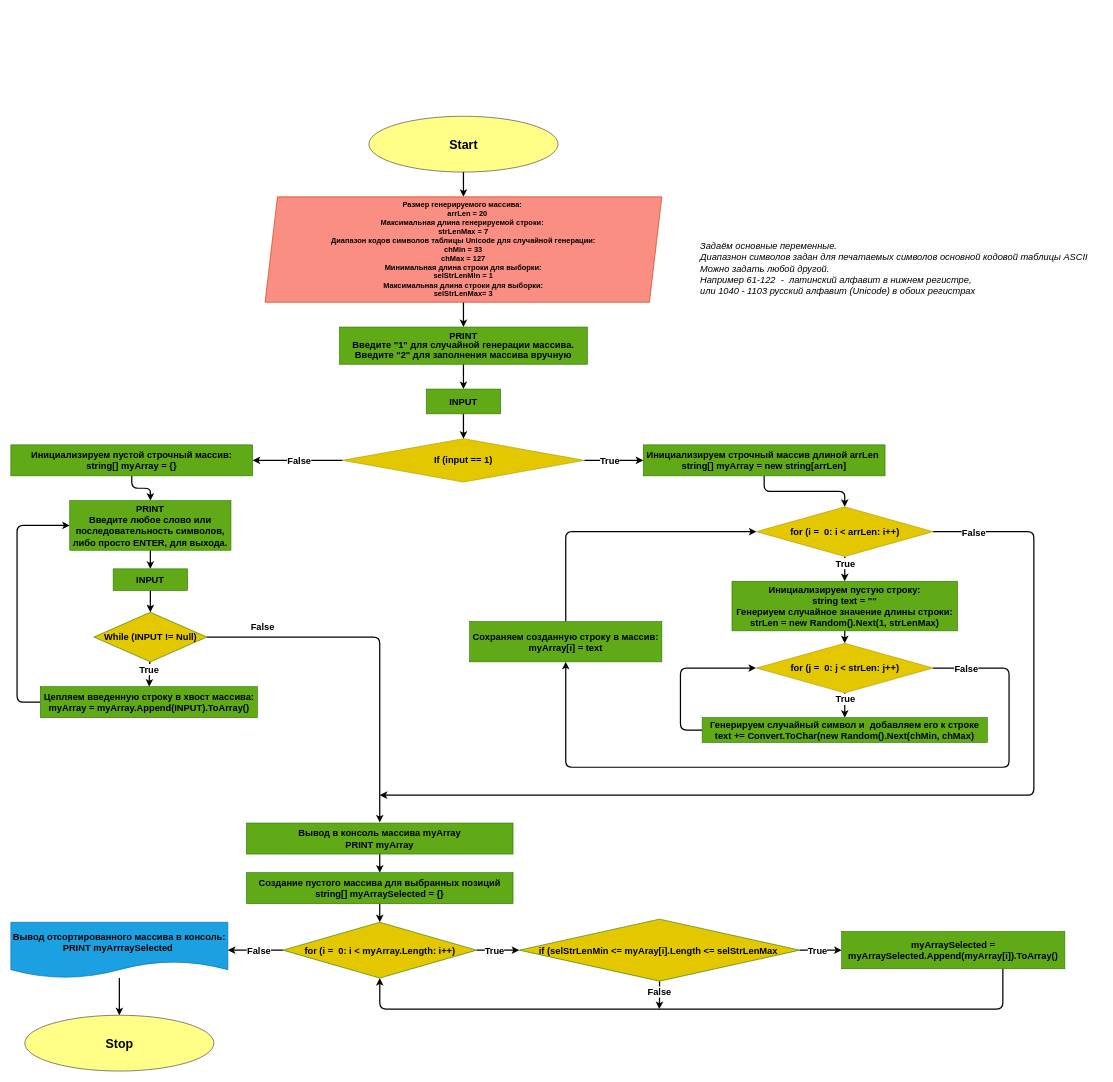
Before: diagram.drawio in VladimirVysochanskiy/Block1Exam, a draw.io diagram. Source tidied: cells renumbered, new cells numbered last; positions are measured from the earlier drawing's top-left corner, leaving out a move shared by most shapes. Both pictures are drawn from the tidied source at 62%, with x=0, y=0 at pixel (11, 116).
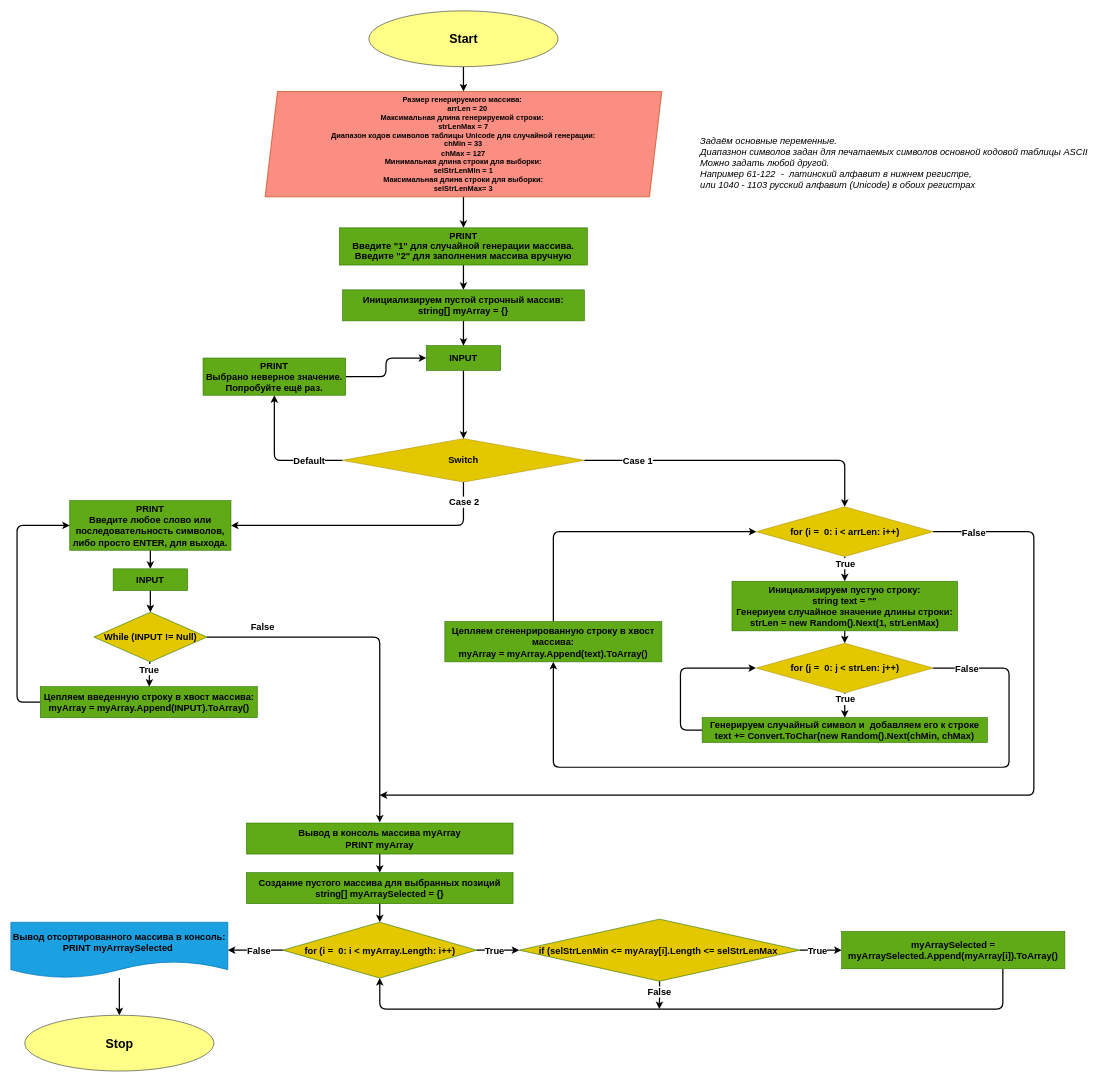
Above is the later version.

The change refers to these unchanged cells:
```xml
<mxCell id="21" value="&lt;font style=&quot;font-size: 15px;&quot;&gt;&lt;b&gt;&lt;span style=&quot;color: rgb(0, 0, 0);&quot;&gt;PRINT&lt;/span&gt;&lt;br style=&quot;border-color: var(--border-color); color: rgb(0, 0, 0);&quot;&gt;&lt;span style=&quot;color: rgb(0, 0, 0);&quot;&gt;Введите любое слово или последовательность символов, либо просто ENTER, для выхода.&lt;/span&gt;&lt;/b&gt;&lt;/font&gt;" style="whiteSpace=wrap;html=1;fillColor=#60a917;strokeColor=#2D7600;fontColor=#ffffff;" parent="1" vertex="1">
  <mxGeometry x="95" y="620" width="260" height="80" as="geometry" />
</mxCell>
<mxCell id="35" value="&lt;font style=&quot;font-size: 15px;&quot;&gt;&lt;b&gt;for (i =&amp;nbsp; 0: i &amp;lt; arrLen: i++)&lt;/b&gt;&lt;/font&gt;" style="rhombus;whiteSpace=wrap;html=1;fillColor=#e3c800;strokeColor=#B09500;fontColor=#000000;" parent="1" vertex="1">
  <mxGeometry x="1202.5" y="630" width="285" height="80" as="geometry" />
</mxCell>
<mxCell id="42" value="&lt;b style=&quot;border-color: var(--border-color);&quot;&gt;&lt;span style=&quot;font-size: 15px;&quot;&gt;for (j =&amp;nbsp; 0: j &amp;lt;&amp;nbsp;&lt;/span&gt;&lt;b style=&quot;border-color: var(--border-color);&quot;&gt;&lt;font style=&quot;font-size: 15px;&quot;&gt;strLen&lt;/font&gt;&lt;/b&gt;&lt;span style=&quot;font-size: 15px;&quot;&gt;: j++)&lt;/span&gt;&lt;/b&gt;" style="rhombus;whiteSpace=wrap;html=1;fillColor=#e3c800;strokeColor=#B09500;fontColor=#000000;" parent="1" vertex="1">
  <mxGeometry x="1202.5" y="850" width="285" height="80" as="geometry" />
</mxCell>
```

Change to the diagram source:
```diff
@@
     <mxCell id="3" value="&lt;b&gt;&lt;font style=&quot;font-size: 20px;&quot;&gt;Start&lt;/font&gt;&lt;/b&gt;" style="ellipse;whiteSpace=wrap;html=1;fillColor=#ffff88;strokeColor=#36393d;" parent="1" vertex="1">
-      <mxGeometry x="577.5" width="305" height="90" as="geometry" />
+      <mxGeometry x="577.5" y="-170" width="305" height="90" as="geometry" />
     </mxCell>
-    <mxCell id="4" style="edgeStyle=none;html=1;fontSize=20;entryX=0.5;entryY=0;entryDx=0;entryDy=0;strokeWidth=2;" parent="1" edge="1" source="5" target="14">
+    <mxCell id="4" style="edgeStyle=none;html=1;fontSize=20;strokeWidth=2;entryX=0.5;entryY=0;entryDx=0;entryDy=0;" parent="1" edge="1" source="5" target="14">
       <mxGeometry relative="1" as="geometry" />
     </mxCell>
     <mxCell id="5" value="&lt;b&gt;Размер генерируемого массива:&amp;nbsp; &lt;br&gt;&amp;nbsp; &amp;nbsp; arrLen = 20&lt;br&gt;Максимальная длина генерируемой строки:&amp;nbsp; &lt;br&gt;strLenMax = 7&lt;br&gt;Диапазон кодов символов таблицы Unicode для случайной генерации:&lt;br&gt;chMin = 33&lt;br&gt;chMax = 127&lt;br&gt;Минимальная длина строки для выборки:&lt;br&gt;&lt;/b&gt;&lt;b style=&quot;border-color: var(--border-color);&quot;&gt;selStrLenMIn&amp;nbsp;&lt;/b&gt;&lt;b&gt;= 1&lt;br&gt;Максимальная длина строки для выборки:&lt;br style=&quot;border-color: var(--border-color);&quot;&gt;selStrLenMax= 3&lt;/b&gt;" style="shape=parallelogram;perimeter=parallelogramPerimeter;whiteSpace=wrap;html=1;fixedSize=1;fillColor=#FA8E82;fontColor=#000000;strokeColor=#C73500;" parent="1" vertex="1">
-      <mxGeometry x="410" y="130" width="640" height="170" as="geometry" />
+      <mxGeometry x="410" y="-40" width="640" height="170" as="geometry" />
     </mxCell>
     <mxCell id="6" value="&lt;i style=&quot;font-size: 15px;&quot;&gt;Задаём основные переменные.&lt;br&gt;Диапазнон символов задан для печатаемых символов основной кодовой таблицы ASCII&lt;br&gt;Можно задать любой другой.&lt;br&gt;Например 61-122&amp;nbsp; -&amp;nbsp; латинский алфавит в нижнем регистре,&lt;br&gt;или 1040 - 1103 русский алфавит (Unicode) в обоих регистрах&lt;/i&gt;" style="text;html=1;align=left;verticalAlign=middle;strokeColor=none;fillColor=none;" parent="1" vertex="1">
-      <mxGeometry x="1110" y="195" width="650" height="100" as="geometry" />
+      <mxGeometry x="1110" y="25" width="650" height="100" as="geometry" />
     </mxCell>
-    <mxCell id="7" style="edgeStyle=none;html=1;fontSize=15;fontColor=#000000;strokeWidth=2;" parent="1" edge="1" source="11" target="17">
+    <mxCell id="7" style="edgeStyle=orthogonalEdgeStyle;html=1;fontSize=15;fontColor=#000000;strokeWidth=2;entryX=0.5;entryY=0;entryDx=0;entryDy=0;" parent="1" edge="1" source="11" target="35">
       <mxGeometry relative="1" as="geometry" />
     </mxCell>
-    <mxCell id="8" value="True" style="edgeLabel;html=1;align=center;verticalAlign=middle;fontSize=15;fontColor=#000000;fontStyle=1;" parent="7" vertex="1">
-      <mxGeometry x="-0.15" y="1" relative="1" as="geometry" />
+    <mxCell id="8" value="Case 1" style="edgeLabel;html=1;align=center;verticalAlign=middle;fontSize=15;fontColor=#000000;fontStyle=1;" parent="7" vertex="1">
+      <mxGeometry x="-0.15" y="1" relative="1" as="geometry">
+        <mxPoint x="-125" y="1" as="offset" />
+      </mxGeometry>
     </mxCell>
-    <mxCell id="9" style="edgeStyle=none;html=1;fontSize=15;fontColor=#000000;strokeWidth=2;entryX=1;entryY=0.5;entryDx=0;entryDy=0;exitX=0;exitY=0.5;exitDx=0;exitDy=0;" parent="1" edge="1" source="11" target="19">
+    <mxCell id="9" style="edgeStyle=orthogonalEdgeStyle;html=1;fontSize=15;fontColor=#000000;strokeWidth=2;entryX=0.5;entryY=1;entryDx=0;entryDy=0;exitX=0;exitY=0.5;exitDx=0;exitDy=0;" parent="1" edge="1" source="11" target="70">
       <mxGeometry relative="1" as="geometry" />
     </mxCell>
-    <mxCell id="10" value="&lt;b&gt;False&lt;/b&gt;" style="edgeLabel;html=1;align=center;verticalAlign=middle;fontSize=15;fontColor=#000000;" parent="9" vertex="1">
+    <mxCell id="10" value="&lt;b&gt;Default&lt;/b&gt;" style="edgeLabel;html=1;align=center;verticalAlign=middle;fontSize=15;fontColor=#000000;" parent="9" vertex="1">
       <mxGeometry x="0.24" y="-1" relative="1" as="geometry">
-        <mxPoint x="19" y="1" as="offset" />
+        <mxPoint x="54" y="23" as="offset" />
       </mxGeometry>
     </mxCell>
+    <mxCell id="66" style="edgeStyle=orthogonalEdgeStyle;html=1;strokeWidth=2;entryX=1;entryY=0.5;entryDx=0;entryDy=0;exitX=0.5;exitY=1;exitDx=0;exitDy=0;" parent="1" edge="1" source="11" target="21">
+      <mxGeometry relative="1" as="geometry" />
+    </mxCell>
+    <mxCell id="67" value="Case 2" style="edgeLabel;html=1;align=center;verticalAlign=middle;fontSize=15;fontColor=#000000;fontStyle=1;" parent="66" vertex="1">
+      <mxGeometry x="-0.79" y="1" relative="1" as="geometry">
+        <mxPoint x="-1" y="-16" as="offset" />
+      </mxGeometry>
+    </mxCell>
-    <mxCell id="11" value="&lt;p style=&quot;line-height: 120%;&quot;&gt;&lt;font style=&quot;font-size: 15px;&quot;&gt;&lt;b&gt;If (input == 1)&lt;/b&gt;&lt;/font&gt;&lt;/p&gt;" style="rhombus;whiteSpace=wrap;html=1;fillColor=#e3c800;strokeColor=#B09500;fontColor=#000000;" parent="1" vertex="1">
+    <mxCell id="11" value="&lt;p style=&quot;line-height: 120%;&quot;&gt;&lt;font style=&quot;font-size: 15px;&quot;&gt;&lt;b&gt;Switch&lt;/b&gt;&lt;/font&gt;&lt;/p&gt;" style="rhombus;whiteSpace=wrap;html=1;fillColor=#e3c800;strokeColor=#B09500;fontColor=#000000;" parent="1" vertex="1">
       <mxGeometry x="535" y="520" width="390" height="70" as="geometry" />
     </mxCell>
@@
-    <mxCell id="13" style="edgeStyle=none;html=1;fontSize=15;strokeWidth=2;" parent="1" edge="1" source="14" target="15">
+    <mxCell id="13" style="edgeStyle=none;html=1;fontSize=15;strokeWidth=2;entryX=0.5;entryY=0;entryDx=0;entryDy=0;" parent="1" edge="1" source="14" target="19">
       <mxGeometry relative="1" as="geometry" />
     </mxCell>
     <mxCell id="14" value="&lt;p style=&quot;border-color: var(--border-color); color: rgb(0, 0, 0); font-size: 12px; line-height: 14.4px;&quot;&gt;&lt;b style=&quot;background-color: initial; font-size: 15px;&quot;&gt;&lt;br&gt;&lt;/b&gt;&lt;/p&gt;&lt;p style=&quot;border-color: var(--border-color); color: rgb(0, 0, 0); font-size: 12px; line-height: 14.4px;&quot;&gt;&lt;b style=&quot;background-color: initial; font-size: 15px;&quot;&gt;PRINT&lt;br&gt;Введите &quot;1&quot; для случайной генерации массива.&lt;br&gt;Введите &quot;2&quot; для заполнения массива вручную&lt;/b&gt;&lt;br&gt;&lt;/p&gt;&lt;p style=&quot;border-color: var(--border-color); color: rgb(0, 0, 0); font-size: 12px; line-height: 14.4px;&quot;&gt;&lt;b style=&quot;background-color: initial; border-color: var(--border-color); font-size: 15px;&quot;&gt;&amp;nbsp;&lt;/b&gt;&lt;br&gt;&lt;/p&gt;" style="whiteSpace=wrap;html=1;fontSize=15;fillColor=#60a917;fontColor=#ffffff;strokeColor=#2D7600;" parent="1" vertex="1">
-      <mxGeometry x="530" y="340" width="400" height="60" as="geometry" />
+      <mxGeometry x="530" y="180" width="400" height="60" as="geometry" />
     </mxCell>
     <mxCell id="15" value="&lt;font color=&quot;#000000&quot;&gt;&lt;b&gt;INPUT&lt;/b&gt;&lt;/font&gt;" style="whiteSpace=wrap;html=1;fontSize=15;fillColor=#60a917;strokeColor=#2D7600;fontColor=#ffffff;" parent="1" vertex="1">
-      <mxGeometry x="670" y="440" width="120" height="40" as="geometry" />
+      <mxGeometry x="670" y="370" width="120" height="40" as="geometry" />
     </mxCell>
-    <mxCell id="16" style="edgeStyle=orthogonalEdgeStyle;html=1;fontSize=14;fontColor=#000000;strokeWidth=2;" parent="1" edge="1" source="17" target="35">
-      <mxGeometry relative="1" as="geometry" />
-    </mxCell>
-    <mxCell id="17" value="&lt;font style=&quot;font-size: 15px;&quot;&gt;&lt;b&gt;&lt;span style=&quot;color: rgb(0, 0, 0);&quot;&gt;Инициализируем строчный массив длиной&amp;nbsp;&lt;/span&gt;&lt;span style=&quot;border-color: var(--border-color); color: rgb(0, 0, 0);&quot;&gt;arrLen&lt;/span&gt;&lt;span style=&quot;color: rgb(0, 0, 0);&quot;&gt;&amp;nbsp;&lt;/span&gt;&lt;br style=&quot;border-color: var(--border-color); color: rgb(0, 0, 0);&quot;&gt;&lt;span style=&quot;color: rgb(0, 0, 0);&quot;&gt;string[] myArray = new string[arrLen]&lt;/span&gt;&lt;/b&gt;&lt;/font&gt;" style="whiteSpace=wrap;html=1;fillColor=#60a917;strokeColor=#2D7600;fontColor=#ffffff;" parent="1" vertex="1">
-      <mxGeometry x="1020" y="530" width="390" height="50" as="geometry" />
-    </mxCell>
-    <mxCell id="18" style="edgeStyle=orthogonalEdgeStyle;html=1;fontSize=15;fontColor=#000000;strokeWidth=2;" parent="1" edge="1" source="19" target="21">
-      <mxGeometry relative="1" as="geometry" />
-    </mxCell>
-    <mxCell id="19" value="&lt;font style=&quot;font-size: 15px;&quot; color=&quot;#000000&quot;&gt;&lt;b&gt;Инициализируем пустой строчный массив:&lt;br&gt;string[] myArray = {}&lt;/b&gt;&lt;br&gt;&lt;/font&gt;" style="whiteSpace=wrap;html=1;fillColor=#60a917;strokeColor=#2D7600;fontColor=#ffffff;" parent="1" vertex="1">
-      <mxGeometry y="530" width="390" height="50" as="geometry" />
-    </mxCell>
@@
     <mxCell id="40" style="edgeStyle=orthogonalEdgeStyle;html=1;entryX=0.5;entryY=1;entryDx=0;entryDy=0;fontSize=15;strokeWidth=2;" parent="1" edge="1" source="42" target="48">
       <mxGeometry relative="1" as="geometry">
         <Array as="points">
           <mxPoint x="1610" y="890" />
           <mxPoint x="1610" y="1050" />
-          <mxPoint x="895" y="1050" />
+          <mxPoint x="875" y="1050" />
         </Array>
       </mxGeometry>
     </mxCell>
@@
-    <mxCell id="48" value="&lt;b style=&quot;border-color: var(--border-color); font-size: 15px;&quot;&gt;&lt;span style=&quot;border-color: var(--border-color); color: rgb(0, 0, 0);&quot;&gt;Сохраняем созданную строку в массив:&lt;br&gt;myArray[i] = text&lt;br&gt;&lt;/span&gt;&lt;/b&gt;" style="whiteSpace=wrap;html=1;fillColor=#60a917;strokeColor=#2D7600;fontColor=#ffffff;" parent="1" vertex="1">
-      <mxGeometry x="740" y="815" width="310" height="65" as="geometry" />
+    <mxCell id="48" value="&lt;b style=&quot;border-color: var(--border-color); font-size: 15px;&quot;&gt;&lt;span style=&quot;border-color: var(--border-color); color: rgb(0, 0, 0);&quot;&gt;&lt;b style=&quot;border-color: var(--border-color);&quot;&gt;&lt;span style=&quot;border-color: var(--border-color);&quot;&gt;Цепляем сгененрированную строку в хвост массива:&lt;/span&gt;&lt;br style=&quot;border-color: var(--border-color);&quot;&gt;&lt;span style=&quot;border-color: var(--border-color);&quot;&gt;myArray = myArray.Append(text).ToArray()&lt;/span&gt;&lt;/b&gt;&lt;br&gt;&lt;/span&gt;&lt;/b&gt;" style="whiteSpace=wrap;html=1;fillColor=#60a917;strokeColor=#2D7600;fontColor=#ffffff;" parent="1" vertex="1">
+      <mxGeometry x="700" y="815" width="350" height="65" as="geometry" />
     </mxCell>
@@
+    <mxCell id="68" style="edgeStyle=none;html=1;entryX=0.5;entryY=0;entryDx=0;entryDy=0;strokeWidth=2;" parent="1" edge="1" source="19" target="15">
+      <mxGeometry relative="1" as="geometry" />
+    </mxCell>
+    <mxCell id="19" value="&lt;font style=&quot;font-size: 15px;&quot; color=&quot;#000000&quot;&gt;&lt;b&gt;Инициализируем пустой строчный массив:&lt;br&gt;string[] myArray = {}&lt;/b&gt;&lt;br&gt;&lt;/font&gt;" style="whiteSpace=wrap;html=1;fillColor=#60a917;strokeColor=#2D7600;fontColor=#ffffff;" parent="1" vertex="1">
+      <mxGeometry x="535" y="280" width="390" height="50" as="geometry" />
+    </mxCell>
+    <mxCell id="69" style="edgeStyle=orthogonalEdgeStyle;html=1;entryX=0;entryY=0.5;entryDx=0;entryDy=0;strokeWidth=2;" parent="1" edge="1" source="70" target="15">
+      <mxGeometry relative="1" as="geometry" />
+    </mxCell>
+    <mxCell id="70" value="&lt;font color=&quot;#000000&quot;&gt;&lt;span style=&quot;font-size: 15px;&quot;&gt;&lt;b&gt;PRINT&lt;br&gt;Выбрано неверное значение. Попробуйте ещё раз.&lt;/b&gt;&lt;/span&gt;&lt;/font&gt;" style="whiteSpace=wrap;html=1;fillColor=#60a917;strokeColor=#2D7600;fontColor=#ffffff;" parent="1" vertex="1">
+      <mxGeometry x="310" y="390" width="230" height="60" as="geometry" />
+    </mxCell>
```
